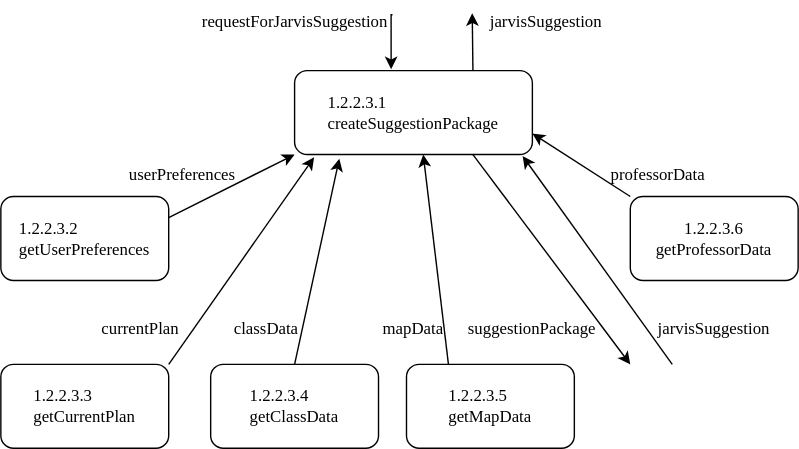
MckennahPalmer/CSE430 keeps this draw.io diagram as Logic/TeamTwoFiles/1.2.2.3PrepareForAlgorithmStructureChart.drawio.svg. Above is the earlier version. Source tidied: cells renumbered, new cells last; positions are measured from the earlier drawing's top-left corner, leaving out a move shared by most shapes.
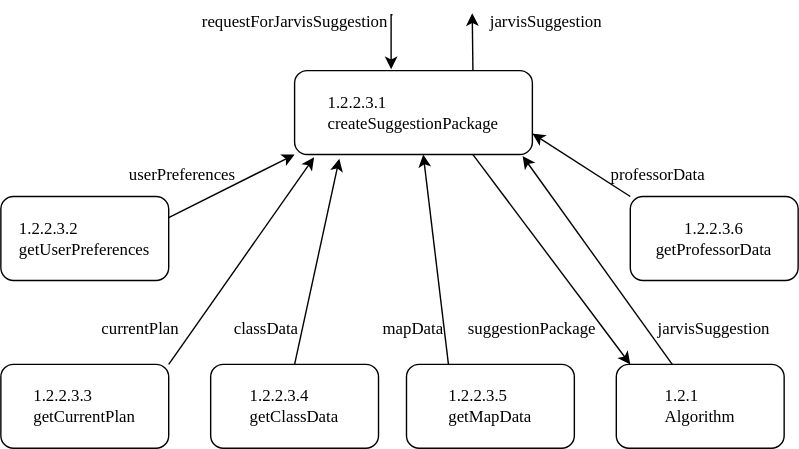
Above is the later version.

Commit message:
Added missing connection to 1.2.1 Algorithm

The edit, as a diff of the source:
```diff
@@ -82,5 +82,8 @@
     <mxCell id="25" value="&lt;font face=&quot;Times New Roman&quot;&gt;professorData&lt;/font&gt;" style="text;html=1;align=center;verticalAlign=middle;whiteSpace=wrap;rounded=0;" parent="1" vertex="1">
       <mxGeometry x="440" y="110" width="60" height="30" as="geometry" />
     </mxCell>
+    <mxCell id="26" value="&lt;div align=&quot;left&quot;&gt;&lt;font face=&quot;Times New Roman&quot;&gt;1.2.1&lt;/font&gt;&lt;/div&gt;&lt;div&gt;&lt;font face=&quot;Times New Roman&quot;&gt;Algorithm&lt;br&gt;&lt;/font&gt;&lt;/div&gt;" style="rounded=1;whiteSpace=wrap;html=1;" parent="1" vertex="1">
+      <mxGeometry x="440" y="260" width="120" height="60" as="geometry" />
+    </mxCell>
   </root>
 </mxGraphModel>
```
